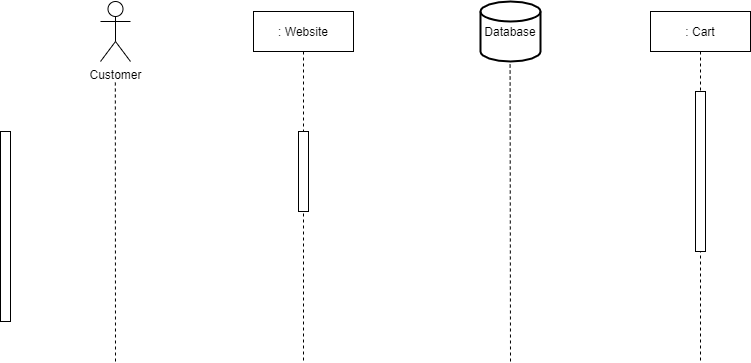
This is UML Examples/North American Airports System/Airports System Sequence Diagram.png from smitbmx/Architecture-Diagrams, a draw.io export, as it was before one commit. Source tidied: cells renumbered, new cells last; positions are measured from the earlier drawing's top-left corner, leaving out a move shared by most shapes.
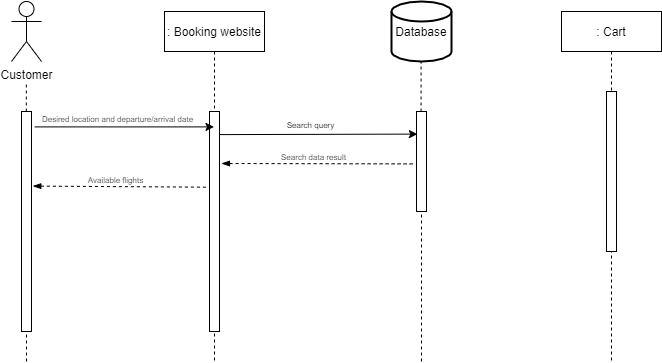
Later version of the same file.

Change to the diagram source:
```diff
@@ -2,21 +2,17 @@
   <root>
     <mxCell id="0" />
     <mxCell id="1" parent="0" />
-    <mxCell id="2" value=": Website" style="shape=umlLifeline;perimeter=lifelinePerimeter;rounded=0;shadow=0;strokeWidth=1;" parent="1" vertex="1">
+    <mxCell id="2" value=": Booking website" style="shape=umlLifeline;perimeter=lifelinePerimeter;rounded=0;shadow=0;strokeWidth=1;" parent="1" vertex="1">
       <mxGeometry x="253" y="10" width="100" height="350" as="geometry" />
     </mxCell>
     <mxCell id="3" style="points=[];perimeter=orthogonalPerimeter;rounded=0;shadow=0;strokeWidth=1;" parent="2" vertex="1">
-      <mxGeometry x="45" y="120" width="10" height="80" as="geometry" />
+      <mxGeometry x="45" y="100" width="10" height="220" as="geometry" />
     </mxCell>
     <mxCell id="4" value="Customer" style="shape=umlActor;verticalLabelPosition=bottom;verticalAlign=top;html=1;" parent="1" vertex="1">
       <mxGeometry x="100" width="30" height="60" as="geometry" />
     </mxCell>
-    <mxCell id="5" style="points=[];perimeter=orthogonalPerimeter;rounded=0;shadow=0;strokeWidth=1;" parent="1" vertex="1">
-      <mxGeometry y="130" width="10" height="190" as="geometry" />
-    </mxCell>
-    <mxCell id="6" style="endArrow=none;dashed=1;html=1;" parent="1" edge="1">
+    <mxCell id="6" style="endArrow=none;dashed=1;html=1;startArrow=none;" parent="1" edge="1" source="5">
       <mxGeometry relative="1" as="geometry">
-        <mxPoint x="115" y="360" as="sourcePoint" />
         <mxPoint x="114.8" y="80" as="targetPoint" />
       </mxGeometry>
     </mxCell>
@@ -29,11 +25,62 @@
     <mxCell id="9" value="Database" style="strokeWidth=2;html=1;shape=mxgraph.flowchart.database;whiteSpace=wrap;" parent="1" vertex="1">
       <mxGeometry x="480" width="60" height="60" as="geometry" />
     </mxCell>
-    <mxCell id="10" style="endArrow=none;dashed=1;html=1;" parent="1" edge="1">
+    <mxCell id="10" style="endArrow=none;dashed=1;html=1;startArrow=none;" parent="1" edge="1" source="14">
       <mxGeometry relative="1" as="geometry">
-        <mxPoint x="510" y="360" as="sourcePoint" />
         <mxPoint x="509.6" y="60" as="targetPoint" />
       </mxGeometry>
     </mxCell>
+    <mxCell id="5" style="points=[];perimeter=orthogonalPerimeter;rounded=0;shadow=0;strokeWidth=1;" parent="1" vertex="1">
+      <mxGeometry x="110" y="110" width="10" height="220" as="geometry" />
+    </mxCell>
+    <mxCell id="11" style="endArrow=none;dashed=1;html=1;" parent="1" edge="1" target="5">
+      <mxGeometry relative="1" as="geometry">
+        <mxPoint x="115" y="360" as="sourcePoint" />
+      </mxGeometry>
+    </mxCell>
+    <mxCell id="12" style="endArrow=classic;html=1;exitX=1.333;exitY=0.07;exitDx=0;exitDy=0;exitPerimeter=0;" parent="1" edge="1" source="5" target="2">
+      <mxGeometry relative="1" as="geometry" />
+    </mxCell>
+    <mxCell id="13" value="&lt;span style=&quot;color: rgb(31 , 31 , 31) ; font-family: &amp;#34;opensans&amp;#34; , &amp;#34;arial&amp;#34; , sans-serif ; font-size: 8px&quot;&gt;Desired location and departure/arrival date&lt;/span&gt;" style="edgeLabel;html=1;align=center;verticalAlign=middle;fontSize=8;" parent="12" vertex="1">
+      <mxGeometry x="-0.09" y="1" relative="1" as="geometry">
+        <mxPoint x="1" y="-7" as="offset" />
+      </mxGeometry>
+    </mxCell>
+    <mxCell id="14" style="points=[];perimeter=orthogonalPerimeter;rounded=0;shadow=0;strokeWidth=1;" parent="1" vertex="1">
+      <mxGeometry x="505" y="110" width="10" height="100" as="geometry" />
+    </mxCell>
+    <mxCell id="15" style="endArrow=none;dashed=1;html=1;" parent="1" edge="1" target="14">
+      <mxGeometry relative="1" as="geometry">
+        <mxPoint x="510" y="360" as="sourcePoint" />
+      </mxGeometry>
+    </mxCell>
+    <mxCell id="16" style="endArrow=classic;html=1;fontSize=8;entryX=0.09;entryY=0.196;entryDx=0;entryDy=0;entryPerimeter=0;exitX=1.06;exitY=0.105;exitDx=0;exitDy=0;exitPerimeter=0;" parent="1" edge="1" source="3">
+      <mxGeometry relative="1" as="geometry">
+        <mxPoint x="505.9" y="132.6" as="targetPoint" />
+      </mxGeometry>
+    </mxCell>
+    <mxCell id="17" value="Search query" style="edgeLabel;html=1;align=center;verticalAlign=middle;fontSize=8;" parent="16" vertex="1">
+      <mxGeometry x="-0.09" relative="1" as="geometry">
+        <mxPoint y="-9" as="offset" />
+      </mxGeometry>
+    </mxCell>
+    <mxCell id="18" style="endArrow=none;dashed=1;html=1;fontSize=8;entryX=-0.08;entryY=0.524;entryDx=0;entryDy=0;entryPerimeter=0;startArrow=blockThin;startFill=1;" parent="1" edge="1" target="14">
+      <mxGeometry relative="1" as="geometry">
+        <mxPoint x="310" y="162" as="sourcePoint" />
+      </mxGeometry>
+    </mxCell>
+    <mxCell id="19" value="&lt;span style=&quot;color: rgb(31 , 31 , 31) ; font-family: &amp;#34;opensans&amp;#34; , &amp;#34;arial&amp;#34; , sans-serif&quot;&gt;Search data result&lt;/span&gt;" style="edgeLabel;html=1;align=center;verticalAlign=middle;fontSize=8;" parent="18" vertex="1">
+      <mxGeometry x="-0.06" y="-1" relative="1" as="geometry">
+        <mxPoint y="-7" as="offset" />
+      </mxGeometry>
+    </mxCell>
+    <mxCell id="20" style="endArrow=none;dashed=1;html=1;fontSize=8;startArrow=blockThin;startFill=1;entryX=-0.186;entryY=0.344;entryDx=0;entryDy=0;entryPerimeter=0;exitX=1.129;exitY=0.339;exitDx=0;exitDy=0;exitPerimeter=0;" parent="1" edge="1" source="5" target="3">
+      <mxGeometry relative="1" as="geometry" />
+    </mxCell>
+    <mxCell id="21" value="&lt;span style=&quot;color: rgb(31 , 31 , 31) ; font-family: &amp;#34;opensans&amp;#34; , &amp;#34;arial&amp;#34; , sans-serif&quot;&gt;Available flights&lt;/span&gt;" style="edgeLabel;html=1;align=center;verticalAlign=middle;fontSize=8;" parent="20" vertex="1">
+      <mxGeometry x="-0.06" y="-1" relative="1" as="geometry">
+        <mxPoint y="-7" as="offset" />
+      </mxGeometry>
+    </mxCell>
   </root>
 </mxGraphModel>
```
